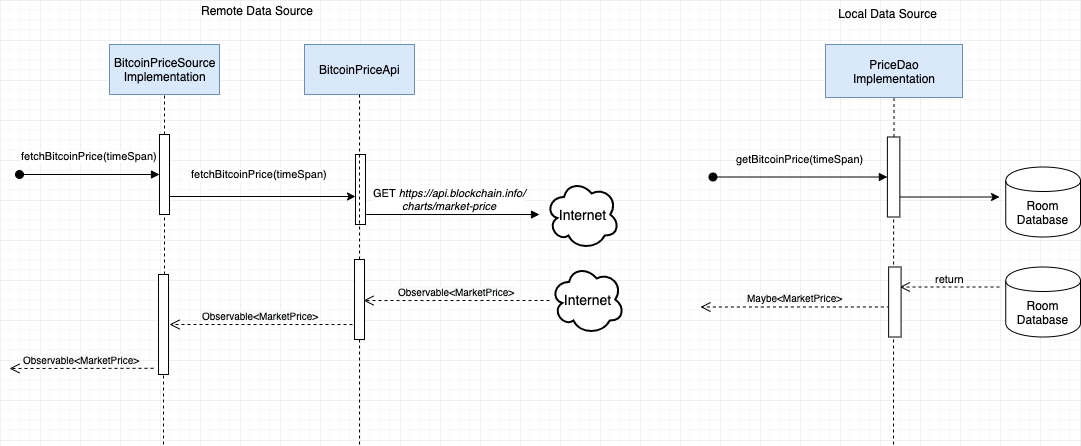
Above: images/architecture_diagram_3.png in pritamkarmakar/crypto-price-checker (draw.io), before the change. Source tidied: cells renumbered, new cells last; positions are measured from the earlier drawing's top-left corner, leaving out a move shared by most shapes.
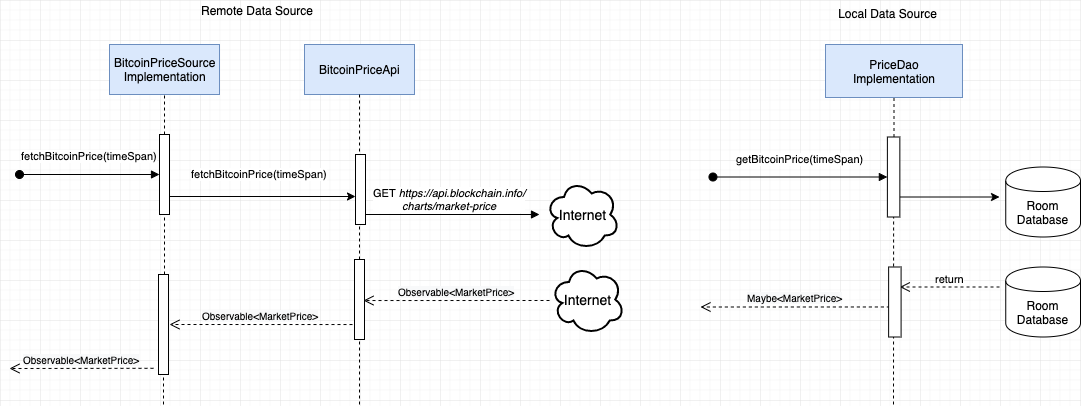
The same file after the commit.

Diff of the diagram source:
```diff
@@ -3,7 +3,7 @@
     <mxCell id="0" />
     <mxCell id="1" parent="0" />
     <mxCell id="2" style="group;" parent="1" vertex="1">
-      <mxGeometry width="1071" height="444" as="geometry" />
+      <mxGeometry width="1071" height="404" as="geometry" />
     </mxCell>
     <mxCell id="3" style="group;strokeColor=none;dashed=1;perimeterSpacing=10;" parent="2" vertex="1">
       <mxGeometry x="691" y="9.5" width="380" height="387" as="geometry" />
@@ -42,7 +42,7 @@
     </mxCell>
     <mxCell id="11" style="endArrow=none;dashed=1;html=1;entryX=0.5;entryY=1;entryDx=0;entryDy=0;" parent="2" edge="1" target="6">
       <mxGeometry relative="1" as="geometry">
-        <mxPoint x="884" y="444" as="sourcePoint" />
+        <mxPoint x="884" y="404" as="sourcePoint" />
       </mxGeometry>
     </mxCell>
     <mxCell id="12" style="html=1;points=[];perimeter=orthogonalPerimeter;fillColor=#FFFFFF;" parent="2" vertex="1">
@@ -72,7 +72,7 @@
     <mxCell id="19" style="group;fillColor=#dae8fc;strokeColor=#6c8ebf;" parent="2" vertex="1">
       <mxGeometry x="295" y="44" width="110" height="50" as="geometry" />
     </mxCell>
-    <mxCell id="20" style="edgeStyle=orthogonalEdgeStyle;rounded=0;jettySize=auto;html=1;entryX=0;entryY=0.6;entryDx=0;entryDy=0;entryPerimeter=0;" parent="2" edge="1" target="26">
+    <mxCell id="20" style="edgeStyle=orthogonalEdgeStyle;rounded=0;jettySize=auto;html=1;entryX=0;entryY=0.6;entryDx=0;entryDy=0;entryPerimeter=0;" parent="2" edge="1" target="39">
       <mxGeometry relative="1" as="geometry">
         <mxPoint x="159" y="189" as="sourcePoint" />
         <Array as="points">
@@ -98,57 +98,57 @@
         <mxPoint x="530" y="214" as="targetPoint" />
       </mxGeometry>
     </mxCell>
-    <mxCell id="26" style="html=1;points=[];perimeter=orthogonalPerimeter;fillColor=#FFFFFF;" parent="2" vertex="1">
-      <mxGeometry x="346" y="154" width="10" height="70" as="geometry" />
+    <mxCell id="26" value="Internet" style="ellipse;shape=cloud;strokeWidth=2;fontSize=14;whiteSpace=wrap;html=1;align=center;fillColor=#FFFFFF;" parent="2" vertex="1">
+      <mxGeometry x="541" y="264" width="74" height="70" as="geometry" />
     </mxCell>
-    <mxCell id="27" value="Internet" style="ellipse;shape=cloud;strokeWidth=2;fontSize=14;whiteSpace=wrap;html=1;align=center;fillColor=#FFFFFF;" parent="2" vertex="1">
-      <mxGeometry x="541" y="264" width="74" height="70" as="geometry" />
+    <mxCell id="27" style="html=1;points=[];perimeter=orthogonalPerimeter;fillColor=#FFFFFF;" parent="2" vertex="1">
+      <mxGeometry x="345" y="259" width="10" height="80" as="geometry" />
     </mxCell>
-    <mxCell id="28" style="html=1;points=[];perimeter=orthogonalPerimeter;fillColor=#FFFFFF;" parent="2" vertex="1">
-      <mxGeometry x="345" y="259" width="10" height="80" as="geometry" />
+    <mxCell id="28" style="endArrow=none;dashed=1;html=1;entryX=0.5;entryY=1;entryDx=0;entryDy=0;" parent="2" edge="1" target="27">
+      <mxGeometry relative="1" as="geometry">
+        <mxPoint x="350" y="404" as="sourcePoint" />
+      </mxGeometry>
     </mxCell>
-    <mxCell id="29" style="endArrow=none;dashed=1;html=1;entryX=0.5;entryY=1;entryDx=0;entryDy=0;" parent="2" edge="1" target="28">
+    <mxCell id="29" value="&lt;span style=&quot;font-size: 10px ; text-align: left ; background-color: rgb(248 , 249 , 250)&quot;&gt;Observable&amp;lt;MarketPrice&amp;gt;&lt;/span&gt;" style="html=1;verticalAlign=bottom;endArrow=open;dashed=1;endSize=8;entryX=0.9;entryY=0.513;entryDx=0;entryDy=0;entryPerimeter=0;" parent="2" edge="1" target="27">
       <mxGeometry relative="1" as="geometry">
-        <mxPoint x="350" y="444" as="sourcePoint" />
+        <mxPoint x="540" y="300" as="sourcePoint" />
       </mxGeometry>
     </mxCell>
-    <mxCell id="30" value="&lt;span style=&quot;font-size: 10px ; text-align: left ; background-color: rgb(248 , 249 , 250)&quot;&gt;Observable&amp;lt;MarketPrice&amp;gt;&lt;/span&gt;" style="html=1;verticalAlign=bottom;endArrow=open;dashed=1;endSize=8;entryX=0.9;entryY=0.513;entryDx=0;entryDy=0;entryPerimeter=0;" parent="2" edge="1" target="28">
-      <mxGeometry relative="1" as="geometry">
-        <mxPoint x="540" y="300" as="sourcePoint" />
-      </mxGeometry>
+    <mxCell id="30" style="html=1;points=[];perimeter=orthogonalPerimeter;fillColor=#FFFFFF;" parent="2" vertex="1">
+      <mxGeometry x="149" y="274" width="10" height="100" as="geometry" />
     </mxCell>
-    <mxCell id="31" style="html=1;points=[];perimeter=orthogonalPerimeter;fillColor=#FFFFFF;" parent="2" vertex="1">
-      <mxGeometry x="149" y="274" width="10" height="100" as="geometry" />
+    <mxCell id="31" style="endArrow=none;dashed=1;html=1;entryX=0.5;entryY=1;entryDx=0;entryDy=0;" parent="2" edge="1" source="30" target="23">
+      <mxGeometry relative="1" as="geometry" />
     </mxCell>
-    <mxCell id="32" style="endArrow=none;dashed=1;html=1;entryX=0.5;entryY=1;entryDx=0;entryDy=0;" parent="2" edge="1" source="31" target="23">
-      <mxGeometry relative="1" as="geometry" />
+    <mxCell id="32" style="endArrow=none;dashed=1;html=1;entryX=0.5;entryY=1;entryDx=0;entryDy=0;" parent="2" edge="1" target="30">
+      <mxGeometry relative="1" as="geometry">
+        <mxPoint x="154" y="404" as="sourcePoint" />
+      </mxGeometry>
     </mxCell>
-    <mxCell id="33" style="endArrow=none;dashed=1;html=1;entryX=0.5;entryY=1;entryDx=0;entryDy=0;" parent="2" edge="1" target="31">
+    <mxCell id="33" value="&lt;span style=&quot;font-size: 10px ; text-align: left ; background-color: rgb(248 , 249 , 250)&quot;&gt;Observable&amp;lt;MarketPrice&amp;gt;&lt;/span&gt;" style="html=1;verticalAlign=bottom;endArrow=open;dashed=1;endSize=8;exitX=-0.2;exitY=0.813;exitDx=0;exitDy=0;exitPerimeter=0;" parent="2" edge="1" source="27">
       <mxGeometry relative="1" as="geometry">
-        <mxPoint x="154" y="444" as="sourcePoint" />
+        <mxPoint x="160" y="324" as="targetPoint" />
       </mxGeometry>
     </mxCell>
-    <mxCell id="34" value="&lt;span style=&quot;font-size: 10px ; text-align: left ; background-color: rgb(248 , 249 , 250)&quot;&gt;Observable&amp;lt;MarketPrice&amp;gt;&lt;/span&gt;" style="html=1;verticalAlign=bottom;endArrow=open;dashed=1;endSize=8;exitX=-0.2;exitY=0.813;exitDx=0;exitDy=0;exitPerimeter=0;" parent="2" edge="1" source="28">
+    <mxCell id="34" value="&lt;span style=&quot;font-size: 10px ; text-align: left ; background-color: rgb(248 , 249 , 250)&quot;&gt;Observable&amp;lt;MarketPrice&amp;gt;&lt;/span&gt;" style="html=1;verticalAlign=bottom;endArrow=open;dashed=1;endSize=8;exitX=-0.5;exitY=0.938;exitDx=0;exitDy=0;exitPerimeter=0;" parent="2" edge="1" source="30">
       <mxGeometry relative="1" as="geometry">
-        <mxPoint x="160" y="324" as="targetPoint" />
+        <mxPoint y="368" as="targetPoint" />
       </mxGeometry>
     </mxCell>
-    <mxCell id="35" value="&lt;span style=&quot;font-size: 10px ; text-align: left ; background-color: rgb(248 , 249 , 250)&quot;&gt;Observable&amp;lt;MarketPrice&amp;gt;&lt;/span&gt;" style="html=1;verticalAlign=bottom;endArrow=open;dashed=1;endSize=8;exitX=-0.5;exitY=0.938;exitDx=0;exitDy=0;exitPerimeter=0;" parent="2" edge="1" source="31">
-      <mxGeometry relative="1" as="geometry">
-        <mxPoint y="368" as="targetPoint" />
-      </mxGeometry>
+    <mxCell id="35" value="BitcoinPriceSource&lt;br&gt;Implementation" style="html=1;fillColor=#dae8fc;strokeColor=#6c8ebf;" parent="2" vertex="1">
+      <mxGeometry x="100" y="44" width="110" height="50" as="geometry" />
     </mxCell>
-    <mxCell id="36" value="BitcoinPriceSource&lt;br&gt;Implementation" style="html=1;fillColor=#dae8fc;strokeColor=#6c8ebf;" parent="2" vertex="1">
-      <mxGeometry x="100" y="44" width="110" height="50" as="geometry" />
+    <mxCell id="36" style="endArrow=none;dashed=1;html=1;entryX=0.5;entryY=1;entryDx=0;entryDy=0;" parent="2" edge="1" source="23" target="35">
+      <mxGeometry relative="1" as="geometry" />
     </mxCell>
-    <mxCell id="37" style="endArrow=none;dashed=1;html=1;entryX=0.5;entryY=1;entryDx=0;entryDy=0;" parent="2" edge="1" source="23" target="36">
-      <mxGeometry relative="1" as="geometry" />
+    <mxCell id="37" value="BitcoinPriceApi" style="html=1;fillColor=#dae8fc;strokeColor=#6c8ebf;" parent="2" vertex="1">
+      <mxGeometry x="295" y="44" width="110" height="50" as="geometry" />
     </mxCell>
-    <mxCell id="38" value="BitcoinPriceApi" style="html=1;fillColor=#dae8fc;strokeColor=#6c8ebf;" parent="2" vertex="1">
-      <mxGeometry x="295" y="44" width="110" height="50" as="geometry" />
+    <mxCell id="38" style="endArrow=none;dashed=1;html=1;entryX=0.5;entryY=1;entryDx=0;entryDy=0;" parent="2" edge="1" source="27" target="37">
+      <mxGeometry relative="1" as="geometry" />
     </mxCell>
-    <mxCell id="39" style="endArrow=none;dashed=1;html=1;entryX=0.5;entryY=1;entryDx=0;entryDy=0;" parent="2" edge="1" source="28" target="38">
-      <mxGeometry relative="1" as="geometry" />
+    <mxCell id="39" style="html=1;points=[];perimeter=orthogonalPerimeter;fillColor=#FFFFFF;" parent="2" vertex="1">
+      <mxGeometry x="346" y="154" width="10" height="70" as="geometry" />
     </mxCell>
   </root>
 </mxGraphModel>
```
